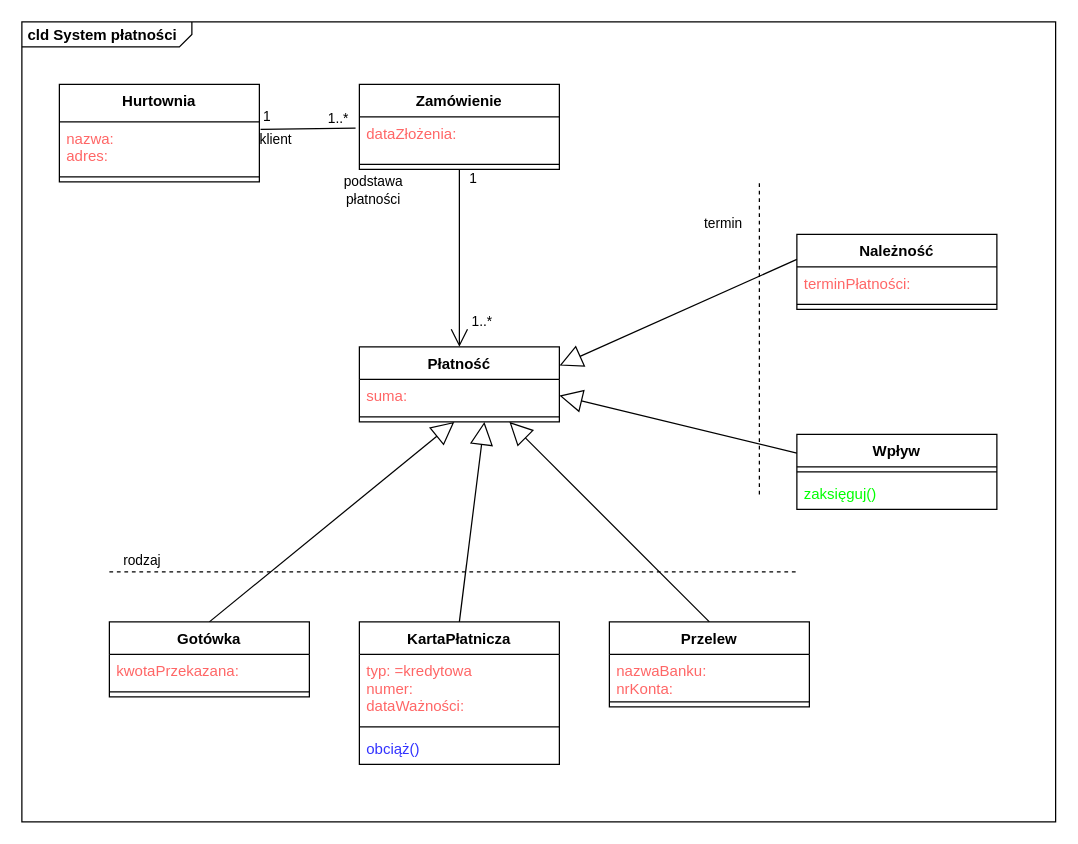
This is Untitled Diagram.drawio from jacob3655/jr17ti3c, a draw.io file, before an edit. Source tidied: cells renumbered, new cells numbered last; positions are measured from the earlier drawing's top-left corner, leaving out a move shared by most shapes. Both pictures are drawn from the tidied source at 125%, with x=0, y=0 at pixel (21, 21).
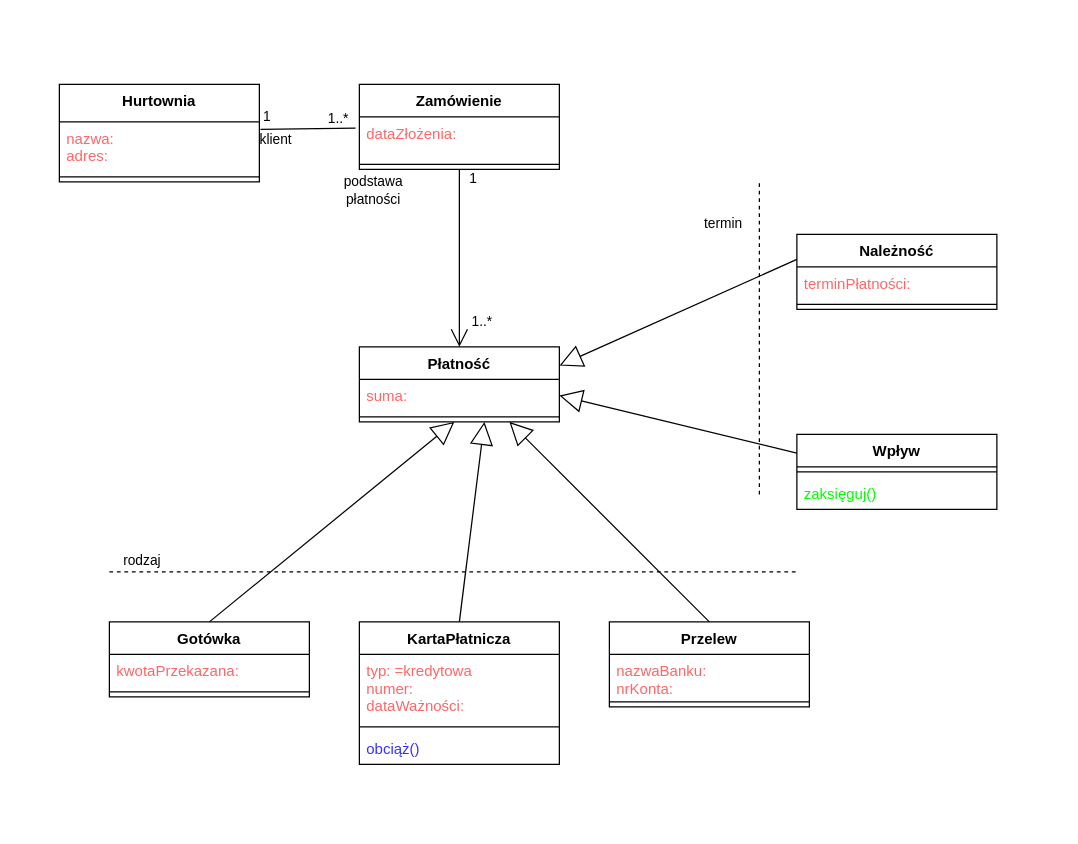
Above is the later version.

Commit message:
jakub_rysz_21.10.2020

What changed in the source:
```diff
@@
-    <mxCell id="2" value="&lt;p style=&quot;margin: 0px ; margin-top: 4px ; margin-left: 5px ; text-align: left&quot;&gt;&lt;b&gt;cld System płatności&lt;/b&gt;&lt;/p&gt;" style="html=1;shape=mxgraph.sysml.package;overflow=fill;labelX=136;align=left;spacingLeft=5;verticalAlign=top;spacingTop=-3;" parent="1" vertex="1">
-      <mxGeometry width="827" height="640" as="geometry" />
-    </mxCell>
```
